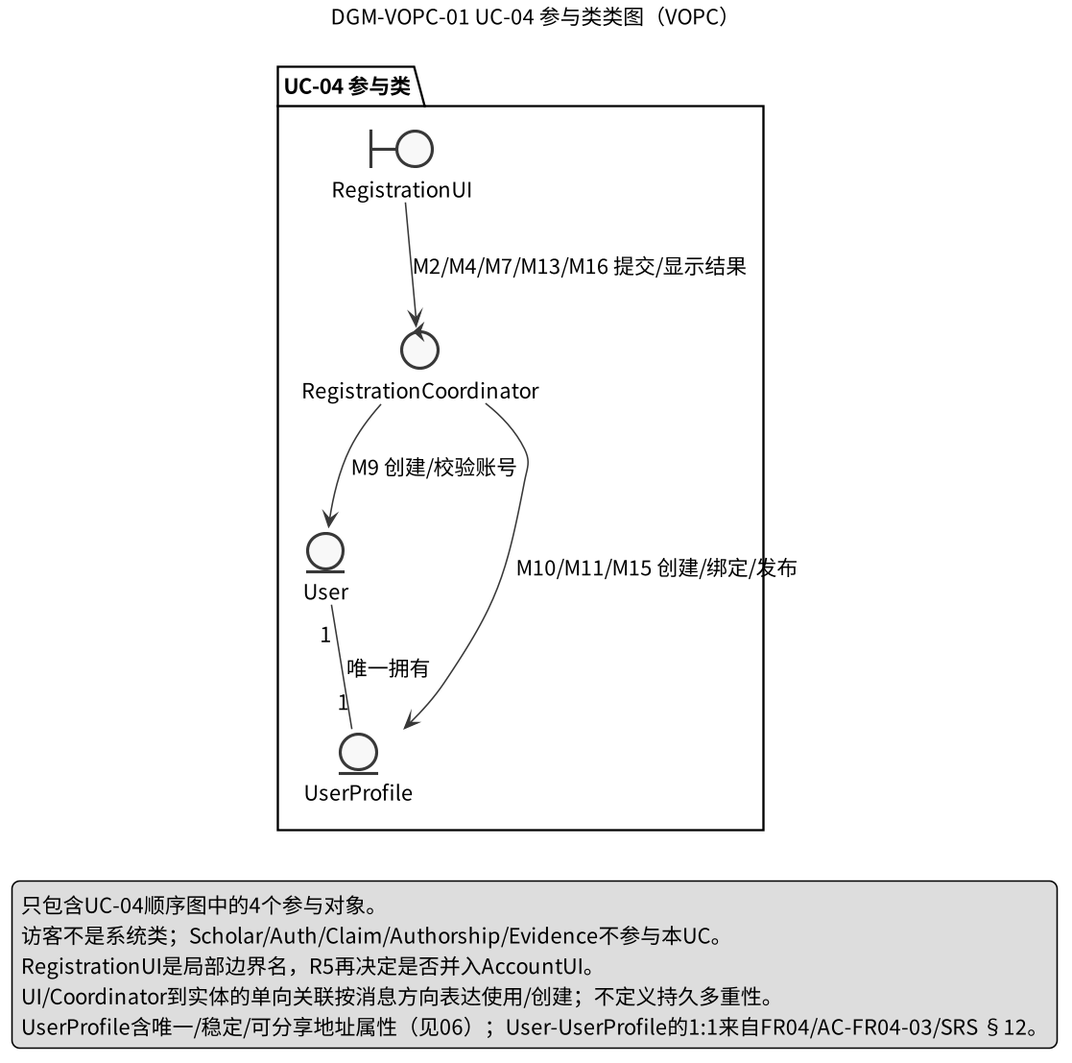
Earlier version of the PlantUML export docs/analysis/stage-02/uc-04/diagrams/generated/DGM-VOPC-01-register.png (CognitaNexus/CognitaNexus). Its source is kept beside it as docs/analysis/stage-02/uc-04/diagrams/DGM-VOPC-01-register.puml.
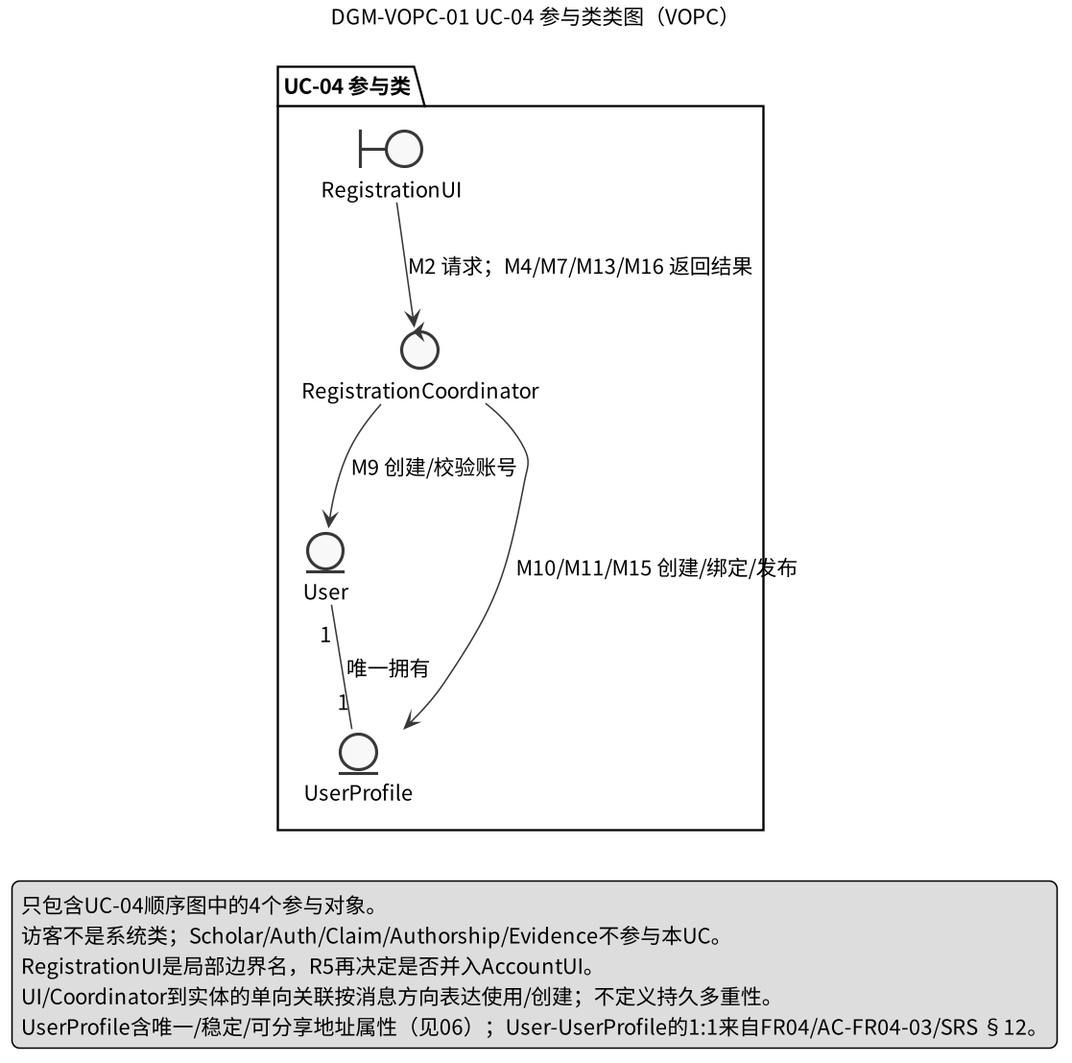
The same file after the commit.

What changed in the source:
```diff
@@ -14,7 +14,7 @@
   entity "User" as User
   entity "UserProfile" as Profile
 }
-UI --> Coordinator : M2/M4/M7/M13/M16 提交/显示结果
+UI --> Coordinator : M2 请求；M4/M7/M13/M16 返回结果
 Coordinator --> User : M9 创建/校验账号
 Coordinator --> Profile : M10/M11/M15 创建/绑定/发布
 User "1" -- "1" Profile : 唯一拥有
```
